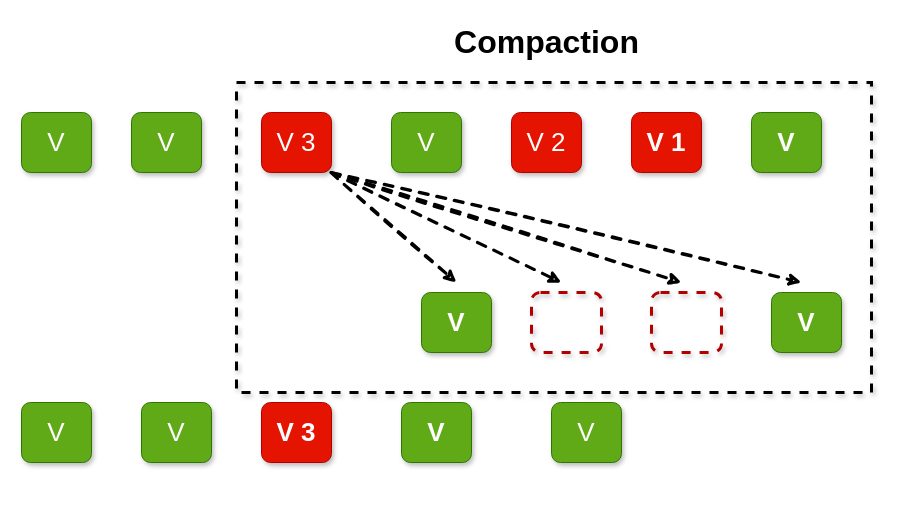
Earlier version of the draw.io diagram lsm-tree-merge.drawio (auula/draw.io). Source tidied: cells renumbered, new cells numbered last; positions are measured from the earlier drawing's top-left corner, leaving out a move shared by most shapes. Both pictures are drawn from the tidied source at 100%, with x=0, y=0 at pixel (21, 17). Pictures stored in the file or linked from it are replaced by grey dashed boxes.
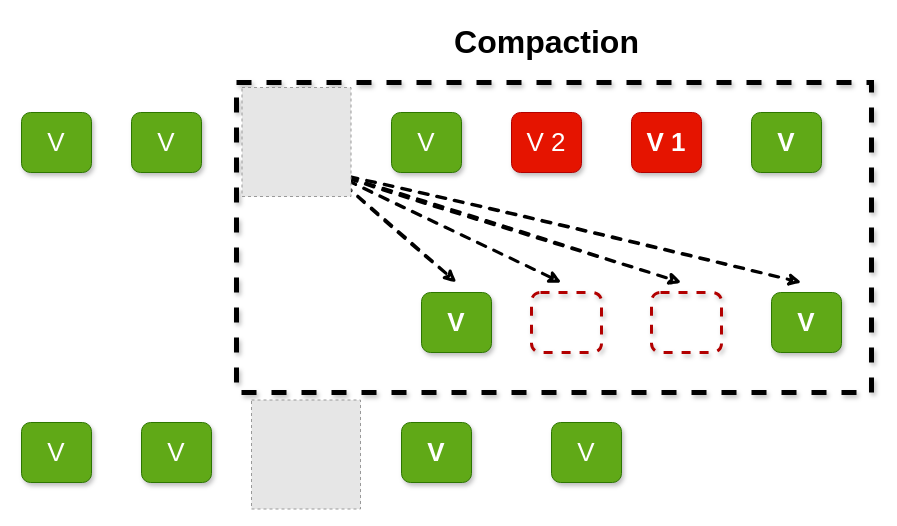
After the change.

What changed in the source:
```diff
@@
+    <mxCell id="22" style="rounded=0;whiteSpace=wrap;html=1;shadow=1;dashed=1;sketch=0;strokeWidth=5;fontSize=26;fillColor=none;strokeColor=#000000;" parent="1" vertex="1">
+      <mxGeometry x="215" y="65" width="635" height="310" as="geometry" />
+    </mxCell>
@@
-    <mxCell id="4" style="rounded=0;jettySize=auto;html=1;strokeWidth=3;sketch=1;dashed=1;" parent="1" edge="1" source="8">
+    <mxCell id="4" style="rounded=0;orthogonalLoop=1;jettySize=auto;html=1;strokeWidth=3;sketch=1;dashed=1;" parent="1" edge="1">
       <mxGeometry relative="1" as="geometry">
+        <mxPoint x="309.3" y="155" as="sourcePoint" />
         <mxPoint x="435" y="265" as="targetPoint" />
       </mxGeometry>
     </mxCell>
-    <mxCell id="5" style="edgeStyle=none;rounded=0;jettySize=auto;html=1;strokeWidth=3;exitX=1;exitY=1;exitDx=0;exitDy=0;sketch=1;dashed=1;" parent="1" edge="1" source="8">
+    <mxCell id="5" style="edgeStyle=none;rounded=0;orthogonalLoop=1;jettySize=auto;html=1;strokeWidth=3;exitX=1;exitY=1;exitDx=0;exitDy=0;sketch=1;dashed=1;" parent="1" edge="1">
       <mxGeometry relative="1" as="geometry">
+        <mxPoint x="310" y="155" as="sourcePoint" />
         <mxPoint x="540" y="265" as="targetPoint" />
       </mxGeometry>
     </mxCell>
-    <mxCell id="6" style="edgeStyle=none;rounded=0;jettySize=auto;html=1;strokeWidth=3;exitX=1;exitY=1;exitDx=0;exitDy=0;sketch=1;dashed=1;" parent="1" edge="1" source="8">
+    <mxCell id="6" style="edgeStyle=none;rounded=0;orthogonalLoop=1;jettySize=auto;html=1;strokeWidth=3;exitX=1;exitY=1;exitDx=0;exitDy=0;sketch=1;dashed=1;" parent="1" edge="1">
       <mxGeometry relative="1" as="geometry">
+        <mxPoint x="310" y="155" as="sourcePoint" />
         <mxPoint x="660" y="265" as="targetPoint" />
       </mxGeometry>
     </mxCell>
-    <mxCell id="7" style="edgeStyle=none;rounded=0;jettySize=auto;html=1;strokeWidth=3;exitX=1;exitY=1;exitDx=0;exitDy=0;sketch=1;dashed=1;" parent="1" edge="1" source="8">
+    <mxCell id="7" style="edgeStyle=none;rounded=0;orthogonalLoop=1;jettySize=auto;html=1;strokeWidth=3;exitX=1;exitY=1;exitDx=0;exitDy=0;sketch=1;dashed=1;" parent="1" edge="1">
       <mxGeometry relative="1" as="geometry">
+        <mxPoint x="310" y="155" as="sourcePoint" />
         <mxPoint x="780" y="265" as="targetPoint" />
       </mxGeometry>
     </mxCell>
-    <mxCell id="8" value="&lt;font style=&quot;font-size: 26px;&quot;&gt;V 3&lt;/font&gt;" style="rounded=1;whiteSpace=wrap;html=1;fillColor=#e51400;fontColor=#ffffff;strokeColor=#B20000;shadow=1;sketch=0;strokeWidth=1;" parent="1" vertex="1">
-      <mxGeometry x="240" y="95" width="70" height="60" as="geometry" />
-    </mxCell>
     <mxCell id="9" value="&lt;b&gt;&lt;font style=&quot;font-size: 26px;&quot;&gt;V&lt;/font&gt;&lt;/b&gt;" style="rounded=1;whiteSpace=wrap;html=1;fillColor=#60a917;fontColor=#ffffff;strokeColor=#2D7600;shadow=1;sketch=0;" parent="1" vertex="1">
-      <mxGeometry x="380" y="385" width="70" height="60" as="geometry" />
+      <mxGeometry x="380" y="405" width="70" height="60" as="geometry" />
     </mxCell>
     <mxCell id="10" value="&lt;font style=&quot;font-size: 26px;&quot;&gt;V&lt;/font&gt;" style="rounded=1;whiteSpace=wrap;html=1;fillColor=#60a917;fontColor=#ffffff;strokeColor=#2D7600;shadow=1;sketch=0;" parent="1" vertex="1">
-      <mxGeometry x="530" y="385" width="70" height="60" as="geometry" />
+      <mxGeometry x="530" y="405" width="70" height="60" as="geometry" />
     </mxCell>
@@
-    <mxCell id="15" value="&lt;font style=&quot;font-size: 26px;&quot;&gt;&lt;b&gt;V 3&lt;/b&gt;&lt;/font&gt;" style="rounded=1;whiteSpace=wrap;html=1;fillColor=#e51400;fontColor=#ffffff;strokeColor=#B20000;shadow=1;sketch=0;" parent="1" vertex="1">
-      <mxGeometry x="240" y="385" width="70" height="60" as="geometry" />
-    </mxCell>
@@
     <mxCell id="20" value="&lt;font style=&quot;font-size: 26px;&quot;&gt;V&lt;/font&gt;" style="rounded=1;whiteSpace=wrap;html=1;fillColor=#60a917;fontColor=#ffffff;strokeColor=#2D7600;shadow=1;sketch=0;strokeWidth=1;" parent="1" vertex="1">
-      <mxGeometry x="120" y="385" width="70" height="60" as="geometry" />
+      <mxGeometry x="120" y="405" width="70" height="60" as="geometry" />
     </mxCell>
     <mxCell id="21" value="&lt;font style=&quot;font-size: 26px;&quot;&gt;V&lt;/font&gt;" style="rounded=1;whiteSpace=wrap;html=1;fillColor=#60a917;fontColor=#ffffff;strokeColor=#2D7600;shadow=1;sketch=0;strokeWidth=1;" parent="1" vertex="1">
-      <mxGeometry y="385" width="70" height="60" as="geometry" />
+      <mxGeometry y="405" width="70" height="60" as="geometry" />
     </mxCell>
-    <mxCell id="22" style="rounded=0;whiteSpace=wrap;html=1;shadow=1;dashed=1;sketch=0;strokeWidth=3;fontSize=26;fillColor=none;" parent="1" vertex="1">
-      <mxGeometry x="215" y="65" width="635" height="310" as="geometry" />
-    </mxCell>
@@
+    <mxCell id="24" style="fillColor=#E6E6E6;strokeColor=#999999;dashed=1;html=1;verticalAlign=top;verticalLabelPosition=bottom;labelBackgroundColor=#ffffff;fontSize=36;" parent="1" vertex="1">
+      <mxGeometry x="220.5" y="70" width="109" height="109" as="geometry" />
+    </mxCell>
+    <mxCell id="25" style="fillColor=#E6E6E6;strokeColor=#999999;dashed=1;html=1;verticalAlign=top;verticalLabelPosition=bottom;labelBackgroundColor=#ffffff;fontSize=36;" parent="1" vertex="1">
+      <mxGeometry x="230" y="382.5" width="109" height="109" as="geometry" />
+    </mxCell>
```
